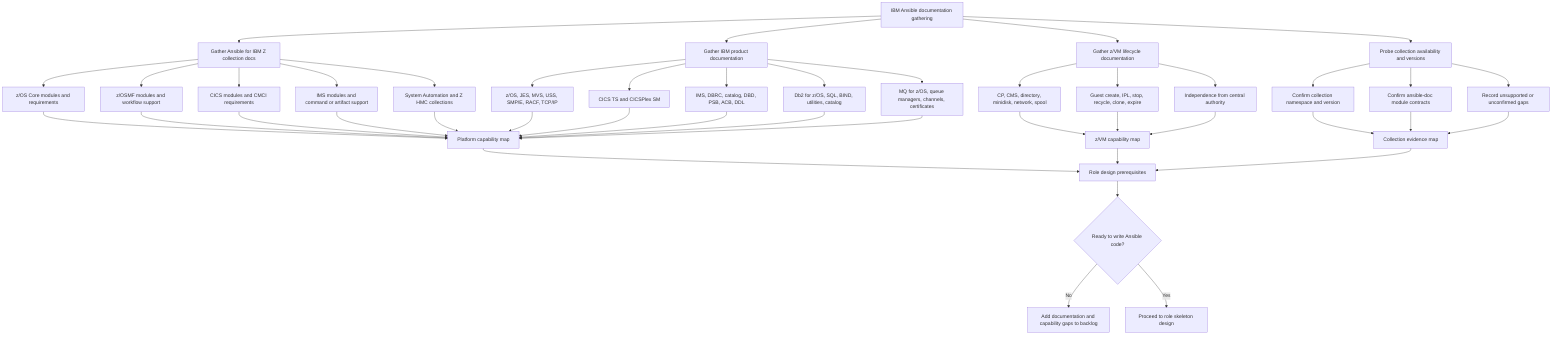
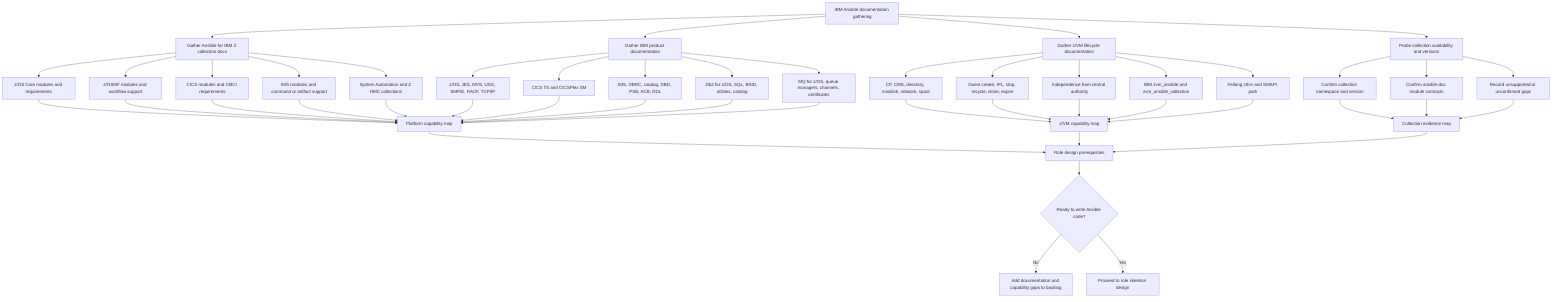
flowchart TD
    A["IBM Ansible documentation gathering"] --> B["Gather Ansible for IBM Z collection docs"]
    A --> C["Gather IBM product documentation"]
    A --> D["Gather z/VM lifecycle documentation"]
    A --> E["Probe collection availability and versions"]

    B --> F["z/OS Core modules and requirements"]
    B --> G["z/OSMF modules and workflow support"]
    B --> H["CICS modules and CMCI requirements"]
    B --> I["IMS modules and command or artifact support"]
    B --> J["System Automation and Z HMC collections"]

    C --> K["z/OS, JES, MVS, USS, SMP/E, RACF, TCP/IP"]
    C --> L["CICS TS and CICSPlex SM"]
    C --> M["IMS, DBRC, catalog, DBD, PSB, ACB, DDL"]
    C --> N["Db2 for z/OS, SQL, BIND, utilities, catalog"]
    C --> O["MQ for z/OS, queue managers, channels, certificates"]

    D --> P["CP, CMS, directory, minidisk, network, spool"]
    D --> Q["Guest create, IPL, stop, recycle, clone, expire"]
    D --> R["Independence from central authority"]
+     D --> AC["IBM zvm_ansible and zvm_ansible_collection"]
+     D --> AD["Feilong zthin and SMAPI path"]

    E --> S["Confirm collection namespace and version"]
    E --> T["Confirm ansible-doc module contracts"]
    E --> U["Record unsupported or unconfirmed gaps"]

    F --> V["Platform capability map"]
    G --> V
    H --> V
    I --> V
    J --> V
    K --> V
    L --> V
    M --> V
    N --> V
    O --> V
    P --> W["z/VM capability map"]
    Q --> W
    R --> W
+     AC --> W
+     AD --> W
    S --> X["Collection evidence map"]
    T --> X
    U --> X

    V --> Y["Role design prerequisites"]
    W --> Y
    X --> Y
    Y --> Z{"Ready to write Ansible code?"}
    Z -- "No" --> AA["Add documentation and capability gaps to backlog"]
    Z -- "Yes" --> AB["Proceed to role skeleton design"]
